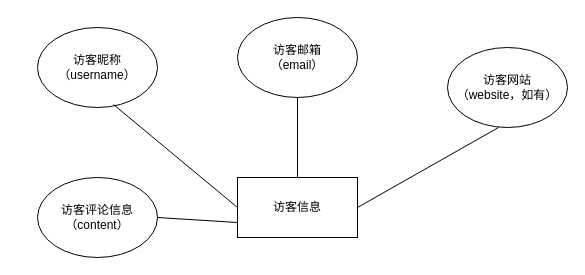
Above: diagrams/访客信息E-R图.drawio in real-jiakai/draw (draw.io), before the change. Source tidied: cells renumbered, new cells numbered last; positions are measured from the earlier drawing's top-left corner, leaving out a move shared by most shapes. Both pictures are drawn from the tidied source at 100%, with x=0, y=0 at pixel (37, 17).
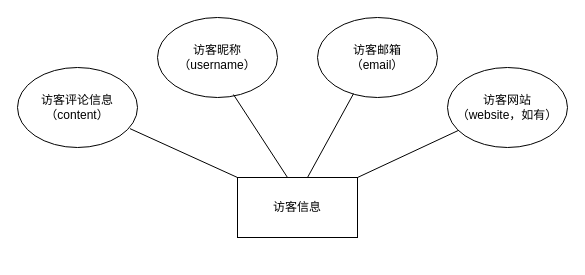
Above is the later version.

Commit message:
Update 访客信息E-R图.drawio

Diff of the diagram source:
```diff
@@
 <mxGraphModel>
   <root>
     <mxCell id="0" />
     <mxCell id="1" parent="0" />
     <mxCell id="2" value="访客信息" style="rounded=0;whiteSpace=wrap;html=1;" parent="1" vertex="1">
       <mxGeometry x="200" y="160" width="120" height="60" as="geometry" />
     </mxCell>
     <mxCell id="3" value="访客昵称&lt;br&gt;（username）" style="ellipse;whiteSpace=wrap;html=1;" parent="1" vertex="1">
-      <mxGeometry y="10" width="120" height="80" as="geometry" />
+      <mxGeometry x="120" width="120" height="80" as="geometry" />
     </mxCell>
     <mxCell id="4" value="访客邮箱&lt;br&gt;（email）" style="ellipse;whiteSpace=wrap;html=1;" parent="1" vertex="1">
-      <mxGeometry x="200" width="120" height="80" as="geometry" />
+      <mxGeometry x="280" width="120" height="80" as="geometry" />
     </mxCell>
     <mxCell id="5" value="访客网站&lt;br&gt;（website，如有）" style="ellipse;whiteSpace=wrap;html=1;" parent="1" vertex="1">
-      <mxGeometry x="410" y="30" width="120" height="80" as="geometry" />
+      <mxGeometry x="410" y="50" width="120" height="80" as="geometry" />
     </mxCell>
-    <mxCell id="6" style="endArrow=none;html=1;rounded=0;exitX=0;exitY=0.5;exitDx=0;exitDy=0;entryX=0.633;entryY=0.963;entryDx=0;entryDy=0;entryPerimeter=0;" parent="1" edge="1" source="2" target="3">
-      <mxGeometry relative="1" as="geometry" />
+    <mxCell id="6" style="endArrow=none;html=1;rounded=0;entryX=0.633;entryY=0.963;entryDx=0;entryDy=0;entryPerimeter=0;" parent="1" edge="1" target="3">
+      <mxGeometry relative="1" as="geometry">
+        <mxPoint x="250" y="160" as="sourcePoint" />
+      </mxGeometry>
     </mxCell>
-    <mxCell id="7" style="endArrow=none;html=1;rounded=0;exitX=0.5;exitY=0;exitDx=0;exitDy=0;entryX=0.5;entryY=1;entryDx=0;entryDy=0;" parent="1" edge="1" source="2" target="4">
-      <mxGeometry relative="1" as="geometry" />
+    <mxCell id="7" style="endArrow=none;html=1;rounded=0;entryX=0.301;entryY=0.95;entryDx=0;entryDy=0;entryPerimeter=0;" parent="1" edge="1" target="4">
+      <mxGeometry relative="1" as="geometry">
+        <mxPoint x="270" y="160" as="sourcePoint" />
+      </mxGeometry>
     </mxCell>
-    <mxCell id="8" style="endArrow=none;html=1;rounded=0;entryX=0.425;entryY=1;entryDx=0;entryDy=0;entryPerimeter=0;" parent="1" edge="1" target="5">
-      <mxGeometry relative="1" as="geometry">
-        <mxPoint x="320" y="190" as="sourcePoint" />
-      </mxGeometry>
+    <mxCell id="8" style="endArrow=none;html=1;rounded=0;exitX=1;exitY=0;exitDx=0;exitDy=0;" parent="1" edge="1" source="2" target="5">
+      <mxGeometry relative="1" as="geometry" />
     </mxCell>
     <mxCell id="9" value="访客评论信息（content）" style="ellipse;whiteSpace=wrap;html=1;" parent="1" vertex="1">
-      <mxGeometry y="160" width="120" height="80" as="geometry" />
+      <mxGeometry x="-20" y="50" width="120" height="80" as="geometry" />
     </mxCell>
-    <mxCell id="10" style="endArrow=none;html=1;rounded=0;entryX=0;entryY=0.75;entryDx=0;entryDy=0;" parent="1" edge="1" target="2">
-      <mxGeometry relative="1" as="geometry">
-        <mxPoint x="120" y="200" as="sourcePoint" />
-      </mxGeometry>
+    <mxCell id="10" style="endArrow=none;html=1;rounded=0;entryX=0;entryY=0;entryDx=0;entryDy=0;exitX=0.937;exitY=0.764;exitDx=0;exitDy=0;exitPerimeter=0;" parent="1" edge="1" source="9" target="2">
+      <mxGeometry relative="1" as="geometry" />
     </mxCell>
   </root>
 </mxGraphModel>
```
